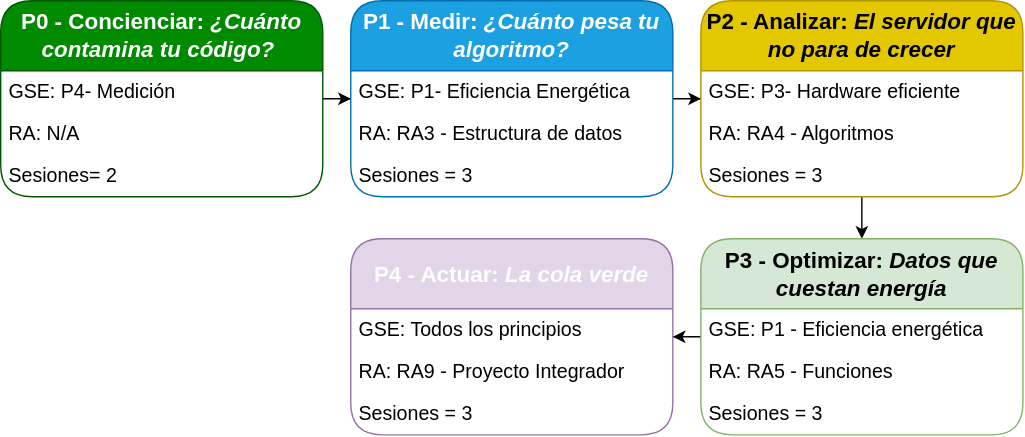
The draw.io diagram tfm-docs/figs/secuencia-practicas.svg in JmolinaM/green-it-dam, before a commit. Source tidied: cells renumbered, new cells last; positions are measured from the earlier drawing's top-left corner, leaving out a move shared by most shapes. The source it was exported from:
```xml
<mxGraphModel>
  <root>
    <mxCell id="0" />
    <mxCell id="1" parent="0" />
    <mxCell id="2" style="edgeStyle=orthogonalEdgeStyle;rounded=0;jettySize=auto;html=1;" parent="1" edge="1" source="3" target="8">
      <mxGeometry relative="1" as="geometry" />
    </mxCell>
    <mxCell id="3" value="P0 - Concienciar:&amp;nbsp;&lt;i&gt;¿Cuánto contamina tu código?&amp;nbsp;&lt;/i&gt;" style="swimlane;fontStyle=1;horizontal=1;startSize=50;whiteSpace=wrap;html=1;fillColor=#008a00;fontColor=light-dark(#FFFFFF,#FFFFFF);strokeColor=#005700;rounded=1;fontSize=16;" parent="1" vertex="1">
      <mxGeometry width="230" height="140" as="geometry" />
    </mxCell>
    <mxCell id="4" value="GSE: P4- Medición" style="text;strokeColor=none;fillColor=none;align=left;verticalAlign=middle;spacingLeft=4;spacingRight=4;overflow=hidden;whiteSpace=wrap;html=1;fontSize=14;" parent="3" vertex="1">
      <mxGeometry y="50" width="230" height="30" as="geometry" />
    </mxCell>
    <mxCell id="5" value="RA: N/A&lt;span style=&quot;white-space: pre;&quot;&gt;&#9;&lt;/span&gt;" style="text;strokeColor=none;fillColor=none;align=left;verticalAlign=middle;spacingLeft=4;spacingRight=4;overflow=hidden;whiteSpace=wrap;html=1;fontSize=14;" parent="3" vertex="1">
      <mxGeometry y="80" width="230" height="30" as="geometry" />
    </mxCell>
    <mxCell id="6" value="Sesiones= 2" style="text;strokeColor=none;fillColor=none;align=left;verticalAlign=middle;spacingLeft=4;spacingRight=4;overflow=hidden;whiteSpace=wrap;html=1;fontSize=14;" parent="3" vertex="1">
      <mxGeometry y="110" width="230" height="30" as="geometry" />
    </mxCell>
    <mxCell id="7" style="edgeStyle=orthogonalEdgeStyle;rounded=0;jettySize=auto;html=1;" parent="1" edge="1" source="8" target="13">
      <mxGeometry relative="1" as="geometry" />
    </mxCell>
    <mxCell id="8" value="P1 - Medir: &lt;i&gt;¿Cuánto pesa tu algoritmo?&lt;/i&gt;" style="swimlane;fontStyle=1;horizontal=1;startSize=50;whiteSpace=wrap;html=1;fillColor=#1ba1e2;fontColor=light-dark(#FFFFFF,#FFFFFF);strokeColor=#006EAF;rounded=1;fontSize=16;" parent="1" vertex="1">
      <mxGeometry x="250" width="230" height="140" as="geometry" />
    </mxCell>
    <mxCell id="9" value="GSE: P1- Eficiencia Energética" style="text;strokeColor=none;fillColor=none;align=left;verticalAlign=middle;spacingLeft=4;spacingRight=4;overflow=hidden;whiteSpace=wrap;html=1;fontSize=14;" parent="8" vertex="1">
      <mxGeometry y="50" width="230" height="30" as="geometry" />
    </mxCell>
    <mxCell id="10" value="RA: RA3 - Estructura de datos" style="text;strokeColor=none;fillColor=none;align=left;verticalAlign=middle;spacingLeft=4;spacingRight=4;overflow=hidden;whiteSpace=wrap;html=1;fontSize=14;" parent="8" vertex="1">
      <mxGeometry y="80" width="230" height="30" as="geometry" />
    </mxCell>
    <mxCell id="11" value="Sesiones = 3" style="text;strokeColor=none;fillColor=none;align=left;verticalAlign=middle;spacingLeft=4;spacingRight=4;overflow=hidden;whiteSpace=wrap;html=1;fontSize=14;" parent="8" vertex="1">
      <mxGeometry y="110" width="230" height="30" as="geometry" />
    </mxCell>
    <mxCell id="12" style="edgeStyle=orthogonalEdgeStyle;rounded=0;jettySize=auto;html=1;" parent="1" edge="1" source="13" target="18">
      <mxGeometry relative="1" as="geometry" />
    </mxCell>
    <mxCell id="13" value="P2 - Analizar: &lt;i&gt;El servidor que no para de crecer&lt;/i&gt;" style="swimlane;fontStyle=1;horizontal=1;startSize=50;whiteSpace=wrap;html=1;fillColor=#e3c800;strokeColor=#B09500;rounded=1;fontSize=16;fontColor=#000000;" parent="1" vertex="1">
      <mxGeometry x="500" width="230" height="140" as="geometry" />
    </mxCell>
    <mxCell id="14" value="GSE: P3- Hardware eficiente" style="text;strokeColor=none;fillColor=none;align=left;verticalAlign=middle;spacingLeft=4;spacingRight=4;overflow=hidden;whiteSpace=wrap;html=1;fontSize=14;" parent="13" vertex="1">
      <mxGeometry y="50" width="230" height="30" as="geometry" />
    </mxCell>
    <mxCell id="15" value="RA: RA4 - Algoritmos" style="text;strokeColor=none;fillColor=none;align=left;verticalAlign=middle;spacingLeft=4;spacingRight=4;overflow=hidden;whiteSpace=wrap;html=1;fontSize=14;" parent="13" vertex="1">
      <mxGeometry y="80" width="230" height="30" as="geometry" />
    </mxCell>
    <mxCell id="16" value="Sesiones = 3" style="text;strokeColor=none;fillColor=none;align=left;verticalAlign=middle;spacingLeft=4;spacingRight=4;overflow=hidden;whiteSpace=wrap;html=1;fontSize=14;" parent="13" vertex="1">
      <mxGeometry y="110" width="230" height="30" as="geometry" />
    </mxCell>
    <mxCell id="17" style="edgeStyle=orthogonalEdgeStyle;rounded=0;jettySize=auto;html=1;" parent="1" edge="1" source="18" target="22">
      <mxGeometry relative="1" as="geometry" />
    </mxCell>
    <mxCell id="18" value="&lt;font&gt;P3 - Optimizar: &lt;i&gt;Datos que cuestan energía&lt;/i&gt;&lt;/font&gt;" style="swimlane;fontStyle=1;horizontal=1;startSize=50;whiteSpace=wrap;html=1;fillColor=#d5e8d4;strokeColor=#82b366;rounded=1;fontSize=16;" parent="1" vertex="1">
      <mxGeometry x="500" y="170" width="230" height="140" as="geometry" />
    </mxCell>
    <mxCell id="19" value="GSE: P1 - Eficiencia energética" style="text;strokeColor=none;fillColor=none;align=left;verticalAlign=middle;spacingLeft=4;spacingRight=4;overflow=hidden;whiteSpace=wrap;html=1;fontSize=14;" parent="18" vertex="1">
      <mxGeometry y="50" width="230" height="30" as="geometry" />
    </mxCell>
    <mxCell id="20" value="RA: RA5 - Funciones" style="text;strokeColor=none;fillColor=none;align=left;verticalAlign=middle;spacingLeft=4;spacingRight=4;overflow=hidden;whiteSpace=wrap;html=1;fontSize=14;" parent="18" vertex="1">
      <mxGeometry y="80" width="230" height="30" as="geometry" />
    </mxCell>
    <mxCell id="21" value="Sesiones = 3" style="text;strokeColor=none;fillColor=none;align=left;verticalAlign=middle;spacingLeft=4;spacingRight=4;overflow=hidden;whiteSpace=wrap;html=1;fontSize=14;" parent="18" vertex="1">
      <mxGeometry y="110" width="230" height="30" as="geometry" />
    </mxCell>
    <mxCell id="22" value="P4 - Actuar: &lt;i&gt;La cola verde&lt;/i&gt;" style="swimlane;fontStyle=1;horizontal=1;startSize=50;whiteSpace=wrap;html=1;fillColor=#e1d5e7;strokeColor=#9673a6;rounded=1;fontSize=16;fontColor=light-dark(#FFFFFF,#FFFFFF);" parent="1" vertex="1">
      <mxGeometry x="250" y="170" width="230" height="140" as="geometry" />
    </mxCell>
    <mxCell id="23" value="GSE: Todos los principios" style="text;strokeColor=none;fillColor=none;align=left;verticalAlign=middle;spacingLeft=4;spacingRight=4;overflow=hidden;whiteSpace=wrap;html=1;fontSize=14;" parent="22" vertex="1">
      <mxGeometry y="50" width="230" height="30" as="geometry" />
    </mxCell>
    <mxCell id="24" value="RA: RA9 - Proyecto Integrador" style="text;strokeColor=none;fillColor=none;align=left;verticalAlign=middle;spacingLeft=4;spacingRight=4;overflow=hidden;whiteSpace=wrap;html=1;fontSize=14;" parent="22" vertex="1">
      <mxGeometry y="80" width="230" height="30" as="geometry" />
    </mxCell>
    <mxCell id="25" value="Sesiones = 3" style="text;strokeColor=none;fillColor=none;align=left;verticalAlign=middle;spacingLeft=4;spacingRight=4;overflow=hidden;whiteSpace=wrap;html=1;fontSize=14;" parent="22" vertex="1">
      <mxGeometry y="110" width="230" height="30" as="geometry" />
    </mxCell>
  </root>
</mxGraphModel>
```
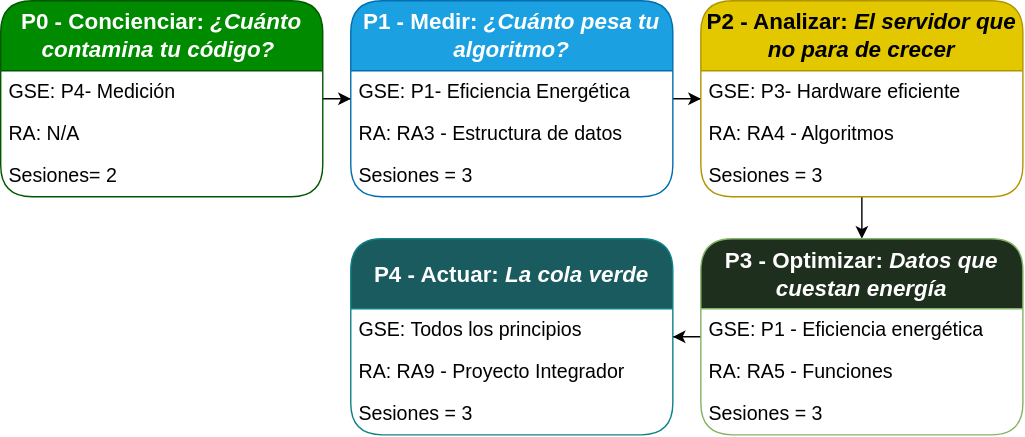
The same file after the commit.

Commit message:
style: update practice sequence diagram with new SVG version

Diff of the diagram source:
```diff
@@ -50,7 +50,7 @@
     <mxCell id="17" style="edgeStyle=orthogonalEdgeStyle;rounded=0;jettySize=auto;html=1;" parent="1" edge="1" source="18" target="22">
       <mxGeometry relative="1" as="geometry" />
     </mxCell>
-    <mxCell id="18" value="&lt;font&gt;P3 - Optimizar: &lt;i&gt;Datos que cuestan energía&lt;/i&gt;&lt;/font&gt;" style="swimlane;fontStyle=1;horizontal=1;startSize=50;whiteSpace=wrap;html=1;fillColor=#d5e8d4;strokeColor=#82b366;rounded=1;fontSize=16;" parent="1" vertex="1">
+    <mxCell id="18" value="&lt;font&gt;P3 - Optimizar: &lt;i&gt;Datos que cuestan energía&lt;/i&gt;&lt;/font&gt;" style="swimlane;fontStyle=1;horizontal=1;startSize=50;whiteSpace=wrap;html=1;fillColor=#1F2F1E;strokeColor=#82b366;rounded=1;fontSize=16;fontColor=light-dark(#FFFFFF,#FFFFFF);" parent="1" vertex="1">
       <mxGeometry x="500" y="170" width="230" height="140" as="geometry" />
     </mxCell>
     <mxCell id="19" value="GSE: P1 - Eficiencia energética" style="text;strokeColor=none;fillColor=none;align=left;verticalAlign=middle;spacingLeft=4;spacingRight=4;overflow=hidden;whiteSpace=wrap;html=1;fontSize=14;" parent="18" vertex="1">
@@ -62,7 +62,7 @@
     <mxCell id="21" value="Sesiones = 3" style="text;strokeColor=none;fillColor=none;align=left;verticalAlign=middle;spacingLeft=4;spacingRight=4;overflow=hidden;whiteSpace=wrap;html=1;fontSize=14;" parent="18" vertex="1">
       <mxGeometry y="110" width="230" height="30" as="geometry" />
     </mxCell>
-    <mxCell id="22" value="P4 - Actuar: &lt;i&gt;La cola verde&lt;/i&gt;" style="swimlane;fontStyle=1;horizontal=1;startSize=50;whiteSpace=wrap;html=1;fillColor=#e1d5e7;strokeColor=#9673a6;rounded=1;fontSize=16;fontColor=light-dark(#FFFFFF,#FFFFFF);" parent="1" vertex="1">
+    <mxCell id="22" value="P4 - Actuar: &lt;i&gt;La cola verde&lt;/i&gt;" style="swimlane;fontStyle=1;horizontal=1;startSize=50;whiteSpace=wrap;html=1;fillColor=light-dark(#195B5E,#195B5E);strokeColor=#0e8088;rounded=1;fontSize=16;fontColor=light-dark(#FFFFFF,#FFFFFF);" parent="1" vertex="1">
       <mxGeometry x="250" y="170" width="230" height="140" as="geometry" />
     </mxCell>
     <mxCell id="23" value="GSE: Todos los principios" style="text;strokeColor=none;fillColor=none;align=left;verticalAlign=middle;spacingLeft=4;spacingRight=4;overflow=hidden;whiteSpace=wrap;html=1;fontSize=14;" parent="22" vertex="1">
```
